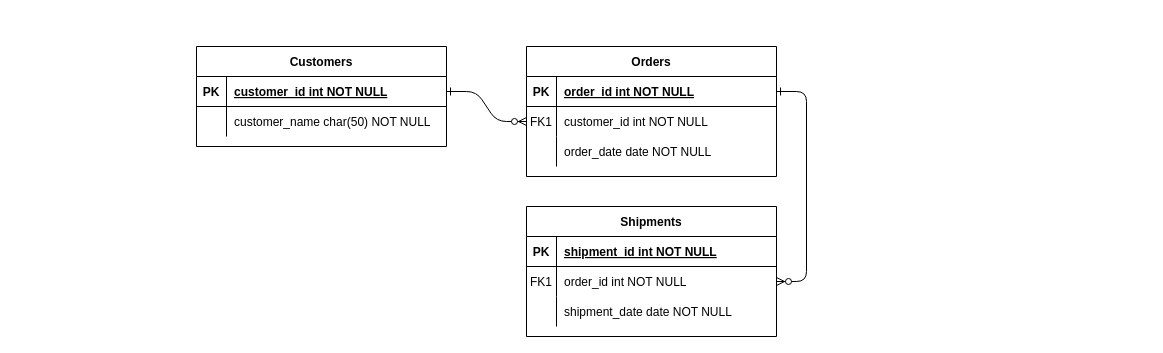
This is Untitled Diagram.drawio from JulienMo/intro-git-github, a draw.io file, before an edit. Source tidied: cells renumbered, new cells numbered last; positions are measured from the earlier drawing's top-left corner, leaving out a move shared by most shapes. Both pictures are drawn from the tidied source at 100%, with x=0, y=0 at pixel (196, 46).
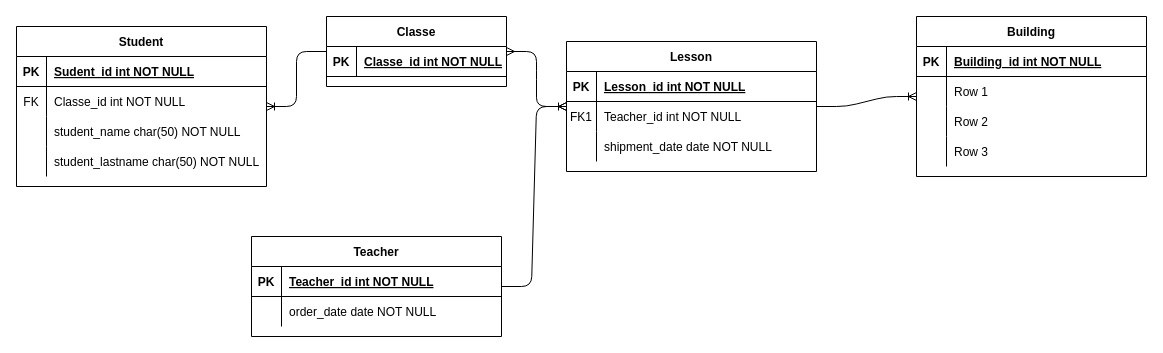
The same diagram, later.

Unchanged cells that the change refers to:
```xml
<mxCell id="5" style="shape=partialRectangle;fillColor=none;points=[[0,0.5],[1,0.5]];portConstraint=eastwest;top=0;left=0;right=0;bottom=1;" parent="4" vertex="1">
  <mxGeometry y="30" width="250" height="30" as="geometry" />
</mxCell>
<mxCell id="15" style="shape=partialRectangle;fillColor=none;top=0;left=0;right=0;bottom=1;" parent="14" vertex="1">
  <mxGeometry y="30" width="250" height="30" as="geometry" />
</mxCell>
<mxCell id="18" style="shape=partialRectangle;fillColor=none;points=[[0,0.5],[1,0.5]];portConstraint=eastwest;top=0;left=0;right=0;bottom=0;" parent="14" vertex="1">
  <mxGeometry y="60" width="250" height="30" as="geometry" />
</mxCell>
<mxCell id="25" style="shape=partialRectangle;fillColor=none;points=[[0,0.5],[1,0.5]];portConstraint=eastwest;top=0;left=0;right=0;bottom=1;" parent="24" vertex="1">
  <mxGeometry y="30" width="250" height="30" as="geometry" />
</mxCell>
```

The edit, as a diff of the source:
```diff
@@
-    <mxCell id="2" style="edgeStyle=entityRelationEdgeStyle;endArrow=ERzeroToMany;startArrow=ERone;endFill=1;startFill=0;" parent="1" edge="1" source="25" target="8">
-      <mxGeometry relative="1" as="geometry" />
-    </mxCell>
-    <mxCell id="3" style="edgeStyle=entityRelationEdgeStyle;endArrow=ERzeroToMany;startArrow=ERone;endFill=1;startFill=0;" parent="1" edge="1" source="5" target="18">
-      <mxGeometry relative="1" as="geometry" />
-    </mxCell>
-    <mxCell id="4" value="Orders" style="shape=table;startSize=30;childLayout=tableLayout;rowLines=0;fontStyle=1;align=center;" parent="1" vertex="1">
-      <mxGeometry x="330" width="250" height="130" as="geometry" />
+    <mxCell id="4" value="Teacher" style="shape=table;startSize=30;childLayout=tableLayout;rowLines=0;fontStyle=1;align=center;" parent="1" vertex="1">
+      <mxGeometry x="55" y="190" width="250" height="100" as="geometry" />
     </mxCell>
@@
-    <mxCell id="7" value="order_id int NOT NULL " style="shape=partialRectangle;overflow=hidden;fillColor=none;top=0;left=0;bottom=0;right=0;align=left;spacingLeft=6;fontStyle=5;" parent="5" vertex="1">
+    <mxCell id="7" value="Teacher_id int NOT NULL " style="shape=partialRectangle;overflow=hidden;fillColor=none;top=0;left=0;bottom=0;right=0;align=left;spacingLeft=6;fontStyle=5;" parent="5" vertex="1">
       <mxGeometry x="30" width="220" height="30" as="geometry" />
     </mxCell>
-    <mxCell id="8" style="shape=partialRectangle;fillColor=none;points=[[0,0.5],[1,0.5]];portConstraint=eastwest;top=0;left=0;right=0;bottom=0;" parent="4" vertex="1">
-      <mxGeometry y="60" width="250" height="30" as="geometry" />
-    </mxCell>
-    <mxCell id="9" value="FK1" style="shape=partialRectangle;overflow=hidden;fillColor=none;top=0;left=0;bottom=0;right=0;" parent="8" vertex="1">
-      <mxGeometry width="30" height="30" as="geometry" />
-    </mxCell>
-    <mxCell id="10" value="customer_id int NOT NULL" style="shape=partialRectangle;overflow=hidden;fillColor=none;top=0;left=0;bottom=0;right=0;align=left;spacingLeft=6;" parent="8" vertex="1">
-      <mxGeometry x="30" width="220" height="30" as="geometry" />
-    </mxCell>
     <mxCell id="11" style="shape=partialRectangle;fillColor=none;top=0;left=0;right=0;bottom=0;" parent="4" vertex="1">
-      <mxGeometry y="90" width="250" height="30" as="geometry" />
+      <mxGeometry y="60" width="250" height="30" as="geometry" />
     </mxCell>
@@
-    <mxCell id="14" value="Shipments" style="shape=table;startSize=30;childLayout=tableLayout;rowLines=0;fontStyle=1;align=center;" parent="1" vertex="1">
-      <mxGeometry x="330" y="160" width="250" height="130" as="geometry" />
+    <mxCell id="14" value="Lesson" style="shape=table;startSize=30;childLayout=tableLayout;rowLines=0;fontStyle=1;align=center;" parent="1" vertex="1">
+      <mxGeometry x="370" y="-5" width="250" height="130" as="geometry" />
     </mxCell>
@@
-    <mxCell id="17" value="shipment_id int NOT NULL " style="shape=partialRectangle;overflow=hidden;fillColor=none;top=0;left=0;bottom=0;right=0;align=left;spacingLeft=6;fontStyle=5;" parent="15" vertex="1">
+    <mxCell id="17" value="Lesson_id int NOT NULL " style="shape=partialRectangle;overflow=hidden;fillColor=none;top=0;left=0;bottom=0;right=0;align=left;spacingLeft=6;fontStyle=5;" parent="15" vertex="1">
       <mxGeometry x="30" width="220" height="30" as="geometry" />
     </mxCell>
@@
-    <mxCell id="20" value="order_id int NOT NULL" style="shape=partialRectangle;overflow=hidden;fillColor=none;top=0;left=0;bottom=0;right=0;align=left;spacingLeft=6;" parent="18" vertex="1">
+    <mxCell id="20" value="Teacher_id int NOT NULL" style="shape=partialRectangle;overflow=hidden;fillColor=none;top=0;left=0;bottom=0;right=0;align=left;spacingLeft=6;" parent="18" vertex="1">
       <mxGeometry x="30" width="220" height="30" as="geometry" />
     </mxCell>
@@
-    <mxCell id="24" value="Customers" style="shape=table;startSize=30;childLayout=tableLayout;rowLines=0;fontStyle=1;align=center;" parent="1" vertex="1">
-      <mxGeometry width="250" height="100" as="geometry" />
+    <mxCell id="24" value="Student" style="shape=table;startSize=30;childLayout=tableLayout;rowLines=0;fontStyle=1;align=center;" parent="1" vertex="1">
+      <mxGeometry x="-180" y="-20" width="250" height="160" as="geometry" />
     </mxCell>
@@
-    <mxCell id="27" value="customer_id int NOT NULL " style="shape=partialRectangle;overflow=hidden;fillColor=none;top=0;left=0;bottom=0;right=0;align=left;spacingLeft=6;fontStyle=5;" parent="25" vertex="1">
+    <mxCell id="27" value="Sudent_id int NOT NULL " style="shape=partialRectangle;overflow=hidden;fillColor=none;top=0;left=0;bottom=0;right=0;align=left;spacingLeft=6;fontStyle=5;" parent="25" vertex="1">
       <mxGeometry x="30" width="220" height="30" as="geometry" />
     </mxCell>
+    <mxCell id="31" style="shape=partialRectangle;fillColor=none;top=0;left=0;bottom=0;right=0;" parent="24" vertex="1">
+      <mxGeometry y="60" width="250" height="30" as="geometry" />
+    </mxCell>
+    <mxCell id="32" value="FK" style="shape=partialRectangle;fillColor=none;top=0;left=0;bottom=0;right=0;fontStyle=0;overflow=hidden;" parent="31" vertex="1">
+      <mxGeometry width="30" height="30" as="geometry" />
+    </mxCell>
+    <mxCell id="33" value="Classe_id int NOT NULL" style="shape=partialRectangle;fillColor=none;top=0;left=0;bottom=0;right=0;align=left;spacingLeft=6;fontStyle=0;overflow=hidden;" parent="31" vertex="1">
+      <mxGeometry x="30" width="220" height="30" as="geometry" />
+    </mxCell>
     <mxCell id="28" style="shape=partialRectangle;fillColor=none;top=0;left=0;right=0;bottom=0;" parent="24" vertex="1">
-      <mxGeometry y="60" width="250" height="30" as="geometry" />
+      <mxGeometry y="90" width="250" height="30" as="geometry" />
     </mxCell>
@@
-    <mxCell id="30" value="customer_name char(50) NOT NULL" style="shape=partialRectangle;overflow=hidden;fillColor=none;top=0;left=0;bottom=0;right=0;align=left;spacingLeft=6;" parent="28" vertex="1">
+    <mxCell id="30" value="student_name char(50) NOT NULL" style="shape=partialRectangle;overflow=hidden;fillColor=none;top=0;left=0;bottom=0;right=0;align=left;spacingLeft=6;" parent="28" vertex="1">
       <mxGeometry x="30" width="220" height="30" as="geometry" />
     </mxCell>
+    <mxCell id="34" style="shape=partialRectangle;fillColor=none;top=0;left=0;bottom=0;right=0;" parent="24" vertex="1">
+      <mxGeometry y="120" width="250" height="30" as="geometry" />
+    </mxCell>
+    <mxCell id="35" style="shape=partialRectangle;fillColor=none;top=0;left=0;bottom=0;right=0;overflow=hidden;" parent="34" vertex="1">
+      <mxGeometry width="30" height="30" as="geometry" />
+    </mxCell>
+    <mxCell id="36" value="student_lastname char(50) NOT NULL" style="shape=partialRectangle;fillColor=none;top=0;left=0;bottom=0;right=0;align=left;spacingLeft=6;overflow=hidden;" parent="34" vertex="1">
+      <mxGeometry x="30" width="220" height="30" as="geometry" />
+    </mxCell>
+    <mxCell id="37" value="Classe" style="shape=table;startSize=30;childLayout=tableLayout;rowLines=0;fontStyle=1;align=center;" parent="1" vertex="1">
+      <mxGeometry x="130" y="-30" width="180" height="70" as="geometry" />
+    </mxCell>
+    <mxCell id="38" style="shape=partialRectangle;fillColor=none;top=0;left=0;bottom=1;right=0;" parent="37" vertex="1">
+      <mxGeometry y="30" width="180" height="30" as="geometry" />
+    </mxCell>
+    <mxCell id="39" value="PK" style="shape=partialRectangle;fillColor=none;top=0;left=0;bottom=0;right=0;fontStyle=1;overflow=hidden;" parent="38" vertex="1">
+      <mxGeometry width="30" height="30" as="geometry" />
+    </mxCell>
+    <mxCell id="40" value="Classe_id int NOT NULL" style="shape=partialRectangle;fillColor=none;top=0;left=0;bottom=0;right=0;align=left;spacingLeft=6;fontStyle=5;overflow=hidden;" parent="38" vertex="1">
+      <mxGeometry x="30" width="150" height="30" as="geometry" />
+    </mxCell>
+    <mxCell id="41" value="Building" style="shape=table;startSize=30;childLayout=tableLayout;rowLines=0;fontStyle=1;align=center;" parent="1" vertex="1">
+      <mxGeometry x="720" y="-30" width="230" height="160" as="geometry" />
+    </mxCell>
+    <mxCell id="42" style="shape=partialRectangle;fillColor=none;top=0;left=0;bottom=1;right=0;" parent="41" vertex="1">
+      <mxGeometry y="30" width="230" height="30" as="geometry" />
+    </mxCell>
+    <mxCell id="43" value="PK" style="shape=partialRectangle;fillColor=none;top=0;left=0;bottom=0;right=0;fontStyle=1;overflow=hidden;" parent="42" vertex="1">
+      <mxGeometry width="30" height="30" as="geometry" />
+    </mxCell>
+    <mxCell id="44" value="Building_id int NOT NULL" style="shape=partialRectangle;fillColor=none;top=0;left=0;bottom=0;right=0;align=left;spacingLeft=6;fontStyle=5;overflow=hidden;" parent="42" vertex="1">
+      <mxGeometry x="30" width="200" height="30" as="geometry" />
+    </mxCell>
+    <mxCell id="45" style="shape=partialRectangle;fillColor=none;top=0;left=0;bottom=0;right=0;" parent="41" vertex="1">
+      <mxGeometry y="60" width="230" height="30" as="geometry" />
+    </mxCell>
+    <mxCell id="46" style="shape=partialRectangle;fillColor=none;top=0;left=0;bottom=0;right=0;overflow=hidden;" parent="45" vertex="1">
+      <mxGeometry width="30" height="30" as="geometry" />
+    </mxCell>
+    <mxCell id="47" value="Row 1" style="shape=partialRectangle;fillColor=none;top=0;left=0;bottom=0;right=0;align=left;spacingLeft=6;overflow=hidden;" parent="45" vertex="1">
+      <mxGeometry x="30" width="200" height="30" as="geometry" />
+    </mxCell>
+    <mxCell id="48" style="shape=partialRectangle;fillColor=none;top=0;left=0;bottom=0;right=0;" parent="41" vertex="1">
+      <mxGeometry y="90" width="230" height="30" as="geometry" />
+    </mxCell>
+    <mxCell id="49" style="shape=partialRectangle;fillColor=none;top=0;left=0;bottom=0;right=0;overflow=hidden;" parent="48" vertex="1">
+      <mxGeometry width="30" height="30" as="geometry" />
+    </mxCell>
+    <mxCell id="50" value="Row 2" style="shape=partialRectangle;fillColor=none;top=0;left=0;bottom=0;right=0;align=left;spacingLeft=6;overflow=hidden;" parent="48" vertex="1">
+      <mxGeometry x="30" width="200" height="30" as="geometry" />
+    </mxCell>
+    <mxCell id="51" style="shape=partialRectangle;fillColor=none;top=0;left=0;bottom=0;right=0;" parent="41" vertex="1">
+      <mxGeometry y="120" width="230" height="30" as="geometry" />
+    </mxCell>
+    <mxCell id="52" style="shape=partialRectangle;fillColor=none;top=0;left=0;bottom=0;right=0;overflow=hidden;" parent="51" vertex="1">
+      <mxGeometry width="30" height="30" as="geometry" />
+    </mxCell>
+    <mxCell id="53" value="Row 3" style="shape=partialRectangle;fillColor=none;top=0;left=0;bottom=0;right=0;align=left;spacingLeft=6;overflow=hidden;" parent="51" vertex="1">
+      <mxGeometry x="30" width="200" height="30" as="geometry" />
+    </mxCell>
+    <mxCell id="54" style="edgeStyle=entityRelationEdgeStyle;fontSize=12;html=1;endArrow=ERmany;startArrow=ERmany;" parent="1" edge="1" source="37" target="14">
+      <mxGeometry relative="1" as="geometry" />
+    </mxCell>
+    <mxCell id="55" style="edgeStyle=entityRelationEdgeStyle;fontSize=12;html=1;endArrow=ERoneToMany;" parent="1" edge="1" source="37" target="24">
+      <mxGeometry relative="1" as="geometry" />
+    </mxCell>
+    <mxCell id="56" style="edgeStyle=entityRelationEdgeStyle;fontSize=12;html=1;endArrow=ERoneToMany;" parent="1" edge="1" source="4" target="14">
+      <mxGeometry relative="1" as="geometry" />
+    </mxCell>
+    <mxCell id="57" style="edgeStyle=entityRelationEdgeStyle;fontSize=12;html=1;endArrow=ERoneToMany;" parent="1" edge="1" source="14" target="41">
+      <mxGeometry relative="1" as="geometry" />
+    </mxCell>
```
